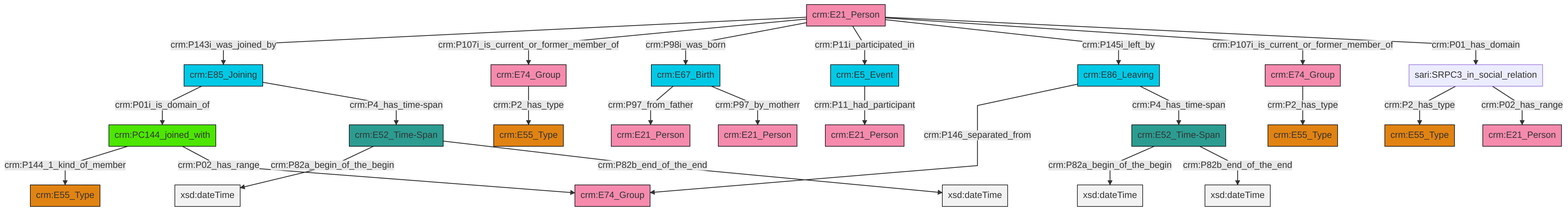
Earlier version of the Mermaid export et/personCSV/ttl/mmd/png/Person_Actor_Relations.png (swiss-art-research-net/docs.swissartresearch). Its source is kept beside it as et/personCSV/ttl/mmd/Person_Actor_Relations.ttl.mmd.
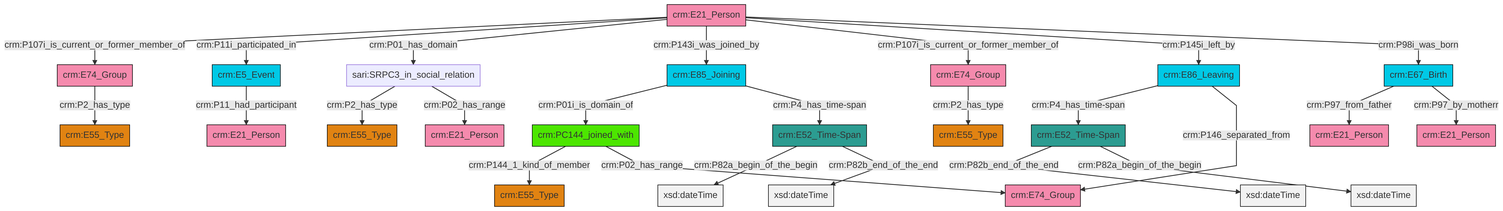
After the change.

The edit, as a diff of the source:
```diff
@@ -13,27 +13,27 @@
 classDef PC_Classes fill:#4ce600, stroke:#000000;
 classDef Multi fill:#cccccc,stroke:#000000;
 
-0["crm:E86_Leaving"]:::Temporal_Entity -->|crm:P146_separated_from| 1["crm:E74_Group"]:::Actor
-2["crm:E74_Group"]:::Actor -->|crm:P2_has_type| 3["crm:E55_Type"]:::Type
-4["crm:E52_Time-Span"]:::Time-Span -->|crm:P82a_begin_of_the_begin| 5[xsd:dateTime]:::Literal
-6["sari:SRPC3_in_social_relation"]:::Default -->|crm:P2_has_type| 7["crm:E55_Type"]:::Type
-15["crm:E85_Joining"]:::Temporal_Entity -->|crm:P01i_is_domain_of| 16["crm:PC144_joined_with"]:::PC_Classes
-15["crm:E85_Joining"]:::Temporal_Entity -->|crm:P4_has_time-span| 4["crm:E52_Time-Span"]:::Time-Span
-0["crm:E86_Leaving"]:::Temporal_Entity -->|crm:P4_has_time-span| 17["crm:E52_Time-Span"]:::Time-Span
-8["crm:E21_Person"]:::Actor -->|crm:P143i_was_joined_by| 15["crm:E85_Joining"]:::Temporal_Entity
-21["crm:E67_Birth"]:::Temporal_Entity -->|crm:P97_from_father| 22["crm:E21_Person"]:::Actor
-8["crm:E21_Person"]:::Actor -->|crm:P107i_is_current_or_former_member_of| 2["crm:E74_Group"]:::Actor
-23["crm:E5_Event"]:::Temporal_Entity -->|crm:P11_had_participant| 24["crm:E21_Person"]:::Actor
-17["crm:E52_Time-Span"]:::Time-Span -->|crm:P82a_begin_of_the_begin| 29[xsd:dateTime]:::Literal
-21["crm:E67_Birth"]:::Temporal_Entity -->|crm:P97_by_motherr| 32["crm:E21_Person"]:::Actor
-4["crm:E52_Time-Span"]:::Time-Span -->|crm:P82b_end_of_the_end| 35[xsd:dateTime]:::Literal
-27["crm:E74_Group"]:::Actor -->|crm:P2_has_type| 10["crm:E55_Type"]:::Type
-8["crm:E21_Person"]:::Actor -->|crm:P98i_was_born| 21["crm:E67_Birth"]:::Temporal_Entity
-16["crm:PC144_joined_with"]:::PC_Classes -->|crm:P144_1_kind_of_member| 25["crm:E55_Type"]:::Type
-8["crm:E21_Person"]:::Actor -->|crm:P11i_participated_in| 23["crm:E5_Event"]:::Temporal_Entity
-17["crm:E52_Time-Span"]:::Time-Span -->|crm:P82b_end_of_the_end| 42[xsd:dateTime]:::Literal
-8["crm:E21_Person"]:::Actor -->|crm:P145i_left_by| 0["crm:E86_Leaving"]:::Temporal_Entity
-6["sari:SRPC3_in_social_relation"]:::Default -->|crm:P02_has_range| 12["crm:E21_Person"]:::Actor
-8["crm:E21_Person"]:::Actor -->|crm:P107i_is_current_or_former_member_of| 27["crm:E74_Group"]:::Actor
-16["crm:PC144_joined_with"]:::PC_Classes -->|crm:P02_has_range| 1["crm:E74_Group"]:::Actor
-8["crm:E21_Person"]:::Actor -->|crm:P01_has_domain| 6["sari:SRPC3_in_social_relation"]:::Default
+2["crm:PC144_joined_with"]:::PC_Classes -->|crm:P144_1_kind_of_member| 3["crm:E55_Type"]:::Type
+7["crm:E21_Person"]:::Actor -->|crm:P107i_is_current_or_former_member_of| 8["crm:E74_Group"]:::Actor
+9["sari:SRPC3_in_social_relation"]:::Default -->|crm:P2_has_type| 10["crm:E55_Type"]:::Type
+0["crm:E86_Leaving"]:::Temporal_Entity -->|crm:P4_has_time-span| 13["crm:E52_Time-Span"]:::Time-Span
+7["crm:E21_Person"]:::Actor -->|crm:P11i_participated_in| 14["crm:E5_Event"]:::Temporal_Entity
+8["crm:E74_Group"]:::Actor -->|crm:P2_has_type| 17["crm:E55_Type"]:::Type
+18["crm:E52_Time-Span"]:::Time-Span -->|crm:P82a_begin_of_the_begin| 19[xsd:dateTime]:::Literal
+0["crm:E86_Leaving"]:::Temporal_Entity -->|crm:P146_separated_from| 11["crm:E74_Group"]:::Actor
+20["crm:E85_Joining"]:::Temporal_Entity -->|crm:P01i_is_domain_of| 2["crm:PC144_joined_with"]:::PC_Classes
+14["crm:E5_Event"]:::Temporal_Entity -->|crm:P11_had_participant| 22["crm:E21_Person"]:::Actor
+7["crm:E21_Person"]:::Actor -->|crm:P01_has_domain| 9["sari:SRPC3_in_social_relation"]:::Default
+24["crm:E67_Birth"]:::Temporal_Entity -->|crm:P97_from_father| 26["crm:E21_Person"]:::Actor
+28["crm:E74_Group"]:::Actor -->|crm:P2_has_type| 4["crm:E55_Type"]:::Type
+13["crm:E52_Time-Span"]:::Time-Span -->|crm:P82b_end_of_the_end| 29[xsd:dateTime]:::Literal
+18["crm:E52_Time-Span"]:::Time-Span -->|crm:P82b_end_of_the_end| 32[xsd:dateTime]:::Literal
+7["crm:E21_Person"]:::Actor -->|crm:P143i_was_joined_by| 20["crm:E85_Joining"]:::Temporal_Entity
+7["crm:E21_Person"]:::Actor -->|crm:P107i_is_current_or_former_member_of| 28["crm:E74_Group"]:::Actor
+7["crm:E21_Person"]:::Actor -->|crm:P145i_left_by| 0["crm:E86_Leaving"]:::Temporal_Entity
+24["crm:E67_Birth"]:::Temporal_Entity -->|crm:P97_by_motherr| 35["crm:E21_Person"]:::Actor
+20["crm:E85_Joining"]:::Temporal_Entity -->|crm:P4_has_time-span| 18["crm:E52_Time-Span"]:::Time-Span
+7["crm:E21_Person"]:::Actor -->|crm:P98i_was_born| 24["crm:E67_Birth"]:::Temporal_Entity
+13["crm:E52_Time-Span"]:::Time-Span -->|crm:P82a_begin_of_the_begin| 43[xsd:dateTime]:::Literal
+9["sari:SRPC3_in_social_relation"]:::Default -->|crm:P02_has_range| 15["crm:E21_Person"]:::Actor
+2["crm:PC144_joined_with"]:::PC_Classes -->|crm:P02_has_range| 11["crm:E74_Group"]:::Actor
```
